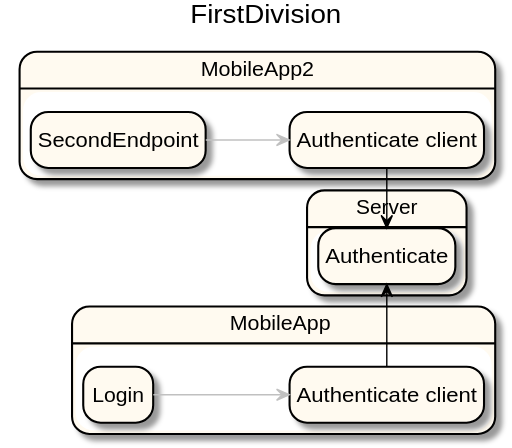
anz-bank/sysl-catalog keeps this PlantUML diagram as docs/integrationepa.svg. Above is the earlier version.
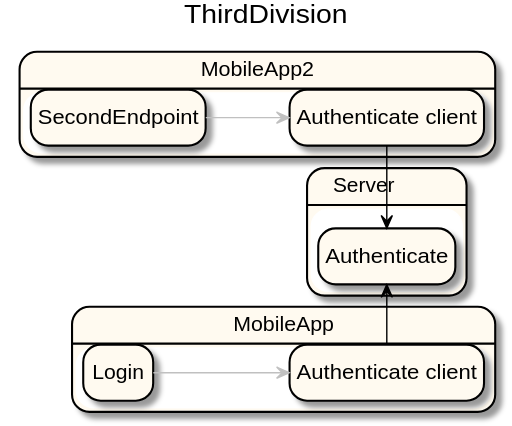
Later version of the same file.

What changed in the source:
```diff
@@ -1,7 +1,7 @@
 @startuml
 
 
-title FirstDivision
+title ThirdDivision
 left to right direction
 scale max 16384 height
 hide empty description
@@ -10,16 +10,16 @@
   BorderColor Black
   ArrowColor Crimson
 }
-state "MobileApp" as X_0 <<highlight>> {
-  state "Authenticate client" as _0 <<highlight>>
-  state "Login" as _1 <<highlight>>
+state "MobileApp" as X_0 {
+  state "Authenticate client" as _0
+  state "Login" as _1
 }
-state "MobileApp2" as X_1 <<highlight>> {
-  state "Authenticate client" as _2 <<highlight>>
-  state "SecondEndpoint" as _3 <<highlight>>
+state "MobileApp2" as X_1 {
+  state "Authenticate client" as _2
+  state "SecondEndpoint" as _3
 }
-state "Server" as X_2 {
-  state "Authenticate" as _4
+state "Server" as X_2 <<highlight>> {
+  state "Authenticate" as _4 <<highlight>>
 }
 _1 -[#silver]-> _0
 _0 -[#black]> _4
```
